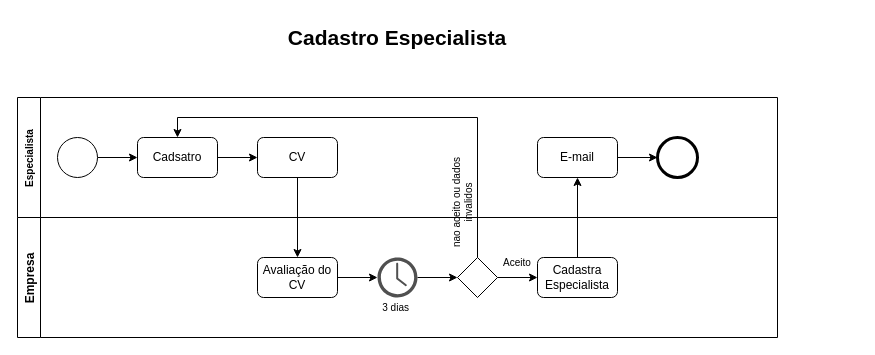
This is page "Cadastro Especialista" (2 of 2) of Diagrams/Diagrama - Processos de negocios.drawio from luca-moraes/projetoEngenhariaSoftware, a draw.io file, before an edit. Source tidied: cells renumbered, new cells numbered last; positions are measured from the earlier drawing's top-left corner, leaving out a move shared by most shapes. Both pictures are drawn from the tidied source at 100%, with x=0, y=0 at pixel (17, 17).
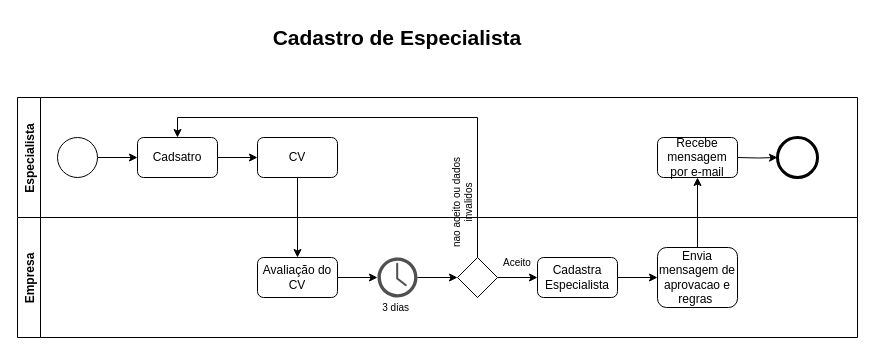
After the change.

Commit message (it also covers changes not shown here):
Cadastro de usuario e especialista.drawio

Unchanged cells that the change refers to:
```xml
<mxCell id="17" value="Cadastra Especialista" style="rounded=1;whiteSpace=wrap;html=1;" parent="12" vertex="1">
  <mxGeometry x="520" y="40" width="80" height="40" as="geometry" />
</mxCell>
```

Diff of the diagram source:
```diff
@@
-    <mxCell id="2" value="Especialista" style="swimlane;horizontal=0;fontSize=10;" parent="1" vertex="1">
-      <mxGeometry y="80" width="760" height="120" as="geometry" />
+    <mxCell id="2" value="Especialista" style="swimlane;horizontal=0;fontSize=12;" parent="1" vertex="1">
+      <mxGeometry y="80" width="840" height="120" as="geometry" />
     </mxCell>
@@
     <mxCell id="8" style="ellipse;whiteSpace=wrap;html=1;strokeWidth=3;" parent="2" vertex="1">
-      <mxGeometry x="640" y="40" width="40" height="40" as="geometry" />
+      <mxGeometry x="760" y="40" width="40" height="40" as="geometry" />
     </mxCell>
-    <mxCell id="9" style="edgeStyle=orthogonalEdgeStyle;rounded=0;jettySize=auto;html=1;entryX=0;entryY=0.5;entryDx=0;entryDy=0;" parent="2" edge="1" source="10" target="8">
-      <mxGeometry relative="1" as="geometry" />
+    <mxCell id="9" style="edgeStyle=orthogonalEdgeStyle;rounded=0;jettySize=auto;html=1;entryX=0;entryY=0.5;entryDx=0;entryDy=0;" parent="2" edge="1" target="8">
+      <mxGeometry relative="1" as="geometry">
+        <mxPoint x="720" y="60" as="sourcePoint" />
+      </mxGeometry>
     </mxCell>
-    <mxCell id="10" value="E-mail" style="rounded=1;whiteSpace=wrap;html=1;" parent="2" vertex="1">
-      <mxGeometry x="520" y="40" width="80" height="40" as="geometry" />
-    </mxCell>
@@
+    <mxCell id="26" value="Recebe mensagem por e-mail" style="rounded=1;whiteSpace=wrap;html=1;" parent="2" vertex="1">
+      <mxGeometry x="640" y="40" width="80" height="40" as="geometry" />
+    </mxCell>
     <mxCell id="12" value="Empresa" style="swimlane;horizontal=0;" parent="1" vertex="1">
-      <mxGeometry y="200" width="760" height="120" as="geometry" />
+      <mxGeometry y="200" width="840" height="120" as="geometry" />
     </mxCell>
@@
+    <mxCell id="27" style="edgeStyle=orthogonalEdgeStyle;rounded=0;jettySize=auto;html=1;entryX=0;entryY=0.5;entryDx=0;entryDy=0;fontSize=12;" parent="12" edge="1" source="17" target="28">
+      <mxGeometry relative="1" as="geometry" />
+    </mxCell>
@@
+    <mxCell id="28" value="Envia mensagem de aprovacao e regras&amp;nbsp;" style="rounded=1;whiteSpace=wrap;html=1;" parent="12" vertex="1">
+      <mxGeometry x="640" y="30" width="80" height="60" as="geometry" />
+    </mxCell>
-    <mxCell id="22" value="Cadastro Especialista" style="text;html=1;strokeColor=none;fillColor=none;align=center;verticalAlign=middle;whiteSpace=wrap;rounded=0;fontSize=21;fontStyle=1;" parent="1" vertex="1">
+    <mxCell id="22" value="Cadastro de Especialista" style="text;html=1;strokeColor=none;fillColor=none;align=center;verticalAlign=middle;whiteSpace=wrap;rounded=0;fontSize=21;fontStyle=1;" parent="1" vertex="1">
       <mxGeometry x="245" width="270" height="40" as="geometry" />
     </mxCell>
@@
-    <mxCell id="25" style="edgeStyle=orthogonalEdgeStyle;rounded=0;jettySize=auto;html=1;entryX=0.5;entryY=1;entryDx=0;entryDy=0;fontSize=12;" parent="1" edge="1" source="17" target="10">
-      <mxGeometry relative="1" as="geometry" />
-    </mxCell>
+    <mxCell id="29" style="edgeStyle=orthogonalEdgeStyle;rounded=0;jettySize=auto;html=1;entryX=0.5;entryY=1;entryDx=0;entryDy=0;fontSize=12;" parent="1" edge="1" source="28" target="26">
+      <mxGeometry relative="1" as="geometry" />
+    </mxCell>
```
